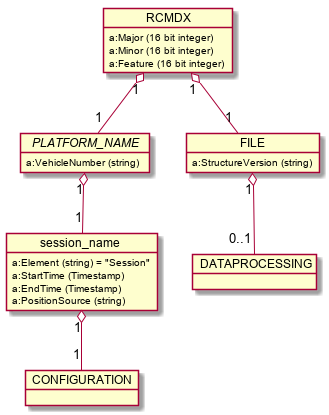
Above: images/generated/rcmdx_root_group.png in OpenRailAssociation/rcm-dx (PlantUML), before the change.
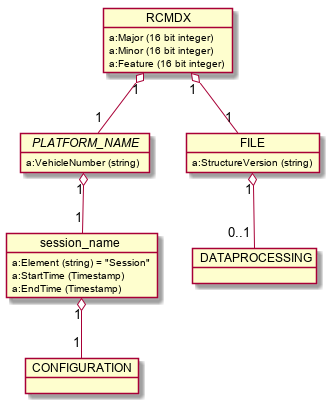
The same diagram one commit later.

What changed in the source:
```diff
@@ -27,7 +27,6 @@
     a:Element (string) = "Session"
     a:StartTime (Timestamp)
     a:EndTime (Timestamp)
-    a:PositionSource (string)
   }
   PLATFORM "1" o-- "1" session_name
 
```
